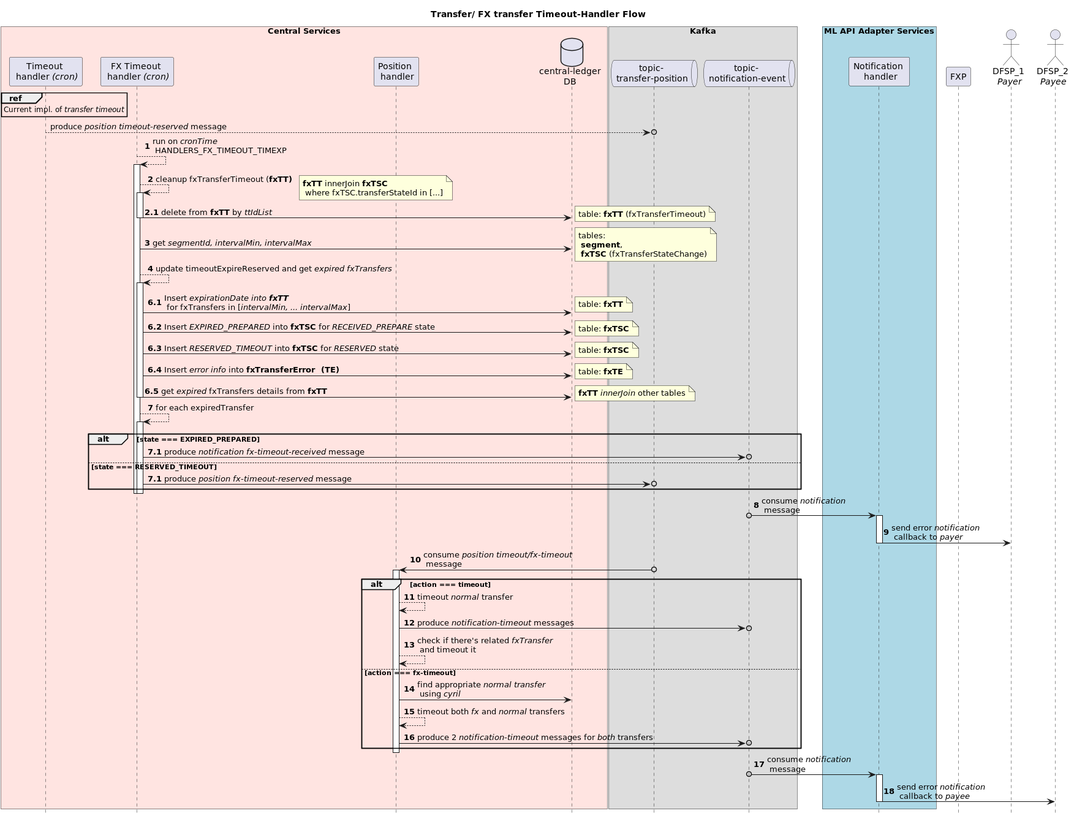
Earlier version of the PlantUML export documentation/sequence-diagrams/Handler - FX timeout.png (mojaloop/central-ledger).
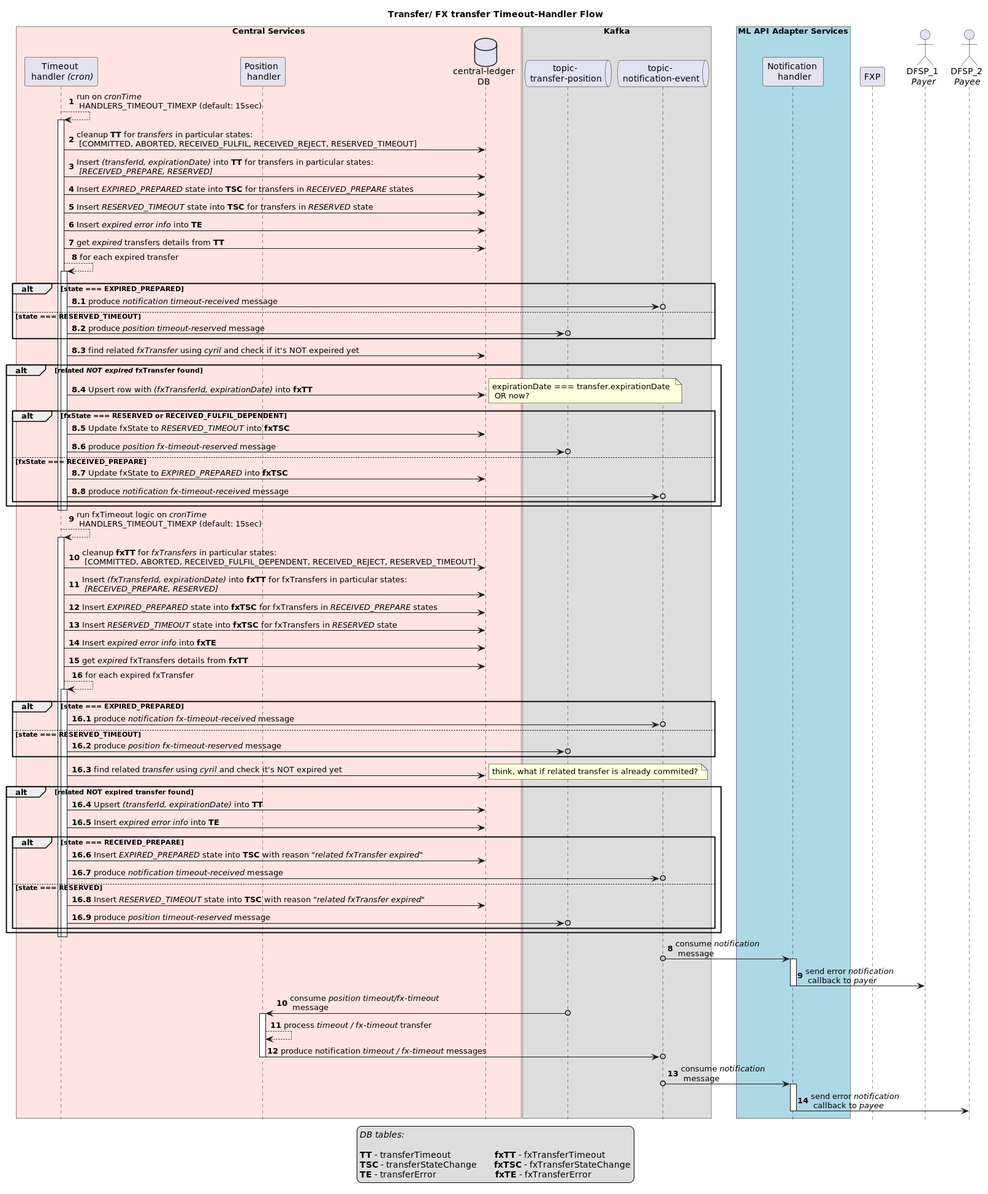
After the commit.

Commit message:
feat(mojaloop/#3818): finalize FX timeout diagrams

What changed in the source:
```diff
@@ -7,7 +7,6 @@
 
 box "Central Services" #MistyRose
 participant "Timeout \n handler <i>(cron)</i>"      as toh
-participant "FX Timeout \n handler <i>(cron)</i>"   as fxToh
 participant "Position \n handler"                   as ph
 database    "central-ledger\nDB"                    as clDb
 end box
@@ -22,52 +21,88 @@
 actor       "DFSP_1 \n<i>Payer</i>"                 as payer
 actor       "DFSP_2 \n<i>Payee</i>"                 as payee
 
-ref over toh : Current impl. of <i>transfer timeout</i>
-autonumber stop
-toh -->o topicTP : produce <i>position timeout-reserved</i> message
+legend
+<i>DB tables:</i>
+
+<b>TT</b> - transferTimeout                  <b>fxTT</b> - fxTransferTimeout
+<b>TSC</b> - transferStateChange       <b>fxTSC</b> - fxTransferStateChange
+<b>TE</b> - transferError                        <b>fxTE</b> - fxTransferError
+end legend
+
 
 autonumber 1
-fxToh --> fxToh : run on <i>cronTime</i>\n HANDLERS_FX_TIMEOUT_TIMEXP
-activate fxToh
-fxToh --> fxToh : cleanup fxTransferTimeout (<b>fxTT<b>)
-note right : <b>fxTT</b> innerJoin <b>fxTSC</b>\n where fxTSC.transferStateId in [...]
-activate fxToh
-autonumber 2.1
-fxToh -> clDb : delete from <b>fxTT</b> by <i>ttIdList</i>
-note right :  table: <b>fxTT</b> (fxTransferTimeout)
-deactivate fxToh
+toh --> toh : run on <i>cronTime</i>\n HANDLERS_TIMEOUT_TIMEXP (default: 15sec)
+activate toh
+toh -> clDb  : cleanup <b>TT</b> for <i>transfers</i> in particular states: \n [COMMITTED, ABORTED, RECEIVED_FULFIL, RECEIVED_REJECT, RESERVED_TIMEOUT]
 
-autonumber 3
-fxToh -> clDb : get <i>segmentId, intervalMin, intervalMax</i>
-note right : tables:\n <b>segment</b>,\n <b>fxTSC</b> (fxTransferStateChange)
+toh -> clDb : Insert <i>(transferId, expirationDate)</i> into <b>TT</b> for transfers in particular states:\n <i>[RECEIVED_PREPARE, RESERVED]</i>
+toh -> clDb : Insert <i>EXPIRED_PREPARED</i> state into <b>TSC</b> for transfers in <i>RECEIVED_PREPARE</i> states
+toh -> clDb : Insert <i>RESERVED_TIMEOUT</i> state into <b>TSC</b> for transfers in <i>RESERVED</i> state
+toh -> clDb : Insert <i>expired error info</i> into <b>TE</b>
 
-fxToh --> fxToh : update timeoutExpireReserved and get <i>expired fxTransfers</i>
-activate fxToh
-autonumber 6.1
-fxToh -> clDb : Insert <i>expirationDate<i> into <b>fxTT</b>\n for fxTransfers in [<i>intervalMin, ... intervalMax</i>]
-note right : table: <b>fxTT</b>
-fxToh -> clDb : Insert <i>EXPIRED_PREPARED</i> into <b>fxTSC</b> for <i>RECEIVED_PREPARE</i> state
-note right : table: <b>fxTSC</b>
-fxToh -> clDb : Insert <i>RESERVED_TIMEOUT</i> into <b>fxTSC</b> for <i>RESERVED</i> state
-note right : table: <b>fxTSC</b>
-fxToh -> clDb : Insert <i>error info</i> into <b>fxTransferError  (TE)</b>
-note right : table: <b>fxTE</b>
-fxToh -> clDb : get <i>expired</i> fxTransfers details from <b>fxTT</b>
-note right : <b>fxTT</b> <i>innerJoin</i> other tables
-deactivate fxToh
+toh -> clDb : get <i>expired</i> transfers details from <b>TT</b>
 
-autonumber 7
-fxToh --> fxToh : for each expiredTransfer
-activate fxToh
+toh --> toh : for each expired transfer
+activate toh
+autonumber 8.1
 alt state === EXPIRED_PREPARED
-autonumber 7.1
-fxToh ->o topicNE : produce <i>notification fx-timeout-received</i> message
+toh ->o topicNE : produce <i>notification timeout-received</i> message
 else state === RESERVED_TIMEOUT
-autonumber 7.1
-fxToh ->o topicTP : produce <i>position fx-timeout-reserved</i> message
+toh ->o topicTP : produce <i>position timeout-reserved</i> message
 end
-deactivate fxToh
-deactivate fxToh
+toh -> clDb : find related <i>fxTransfer</i> using <i>cyril</i> and check if it's NOT expeired yet
+alt related <i>NOT expired</i> fxTransfer found
+toh -> clDb : Upsert row with <i>(fxTransferId, expirationDate)</i> into <b>fxTT</b>
+note right: expirationDate === transfer.expirationDate \n OR now?
+alt fxState === RESERVED or RECEIVED_FULFIL_DEPENDENT
+toh -> clDb : Update fxState to <i>RESERVED_TIMEOUT</i> into <b>fxTSC</b>
+toh ->o topicTP : produce <i>position fx-timeout-reserved</i> message
+else fxState === RECEIVED_PREPARE
+toh -> clDb : Update fxState to <i>EXPIRED_PREPARED</i> into <b>fxTSC</b>
+toh ->o topicNE : produce <i>notification fx-timeout-received</i> message
+end
+end
+deactivate toh
+deactivate toh
+
+autonumber 9
+toh --> toh : run fxTimeout logic on <i>cronTime</i>\n HANDLERS_TIMEOUT_TIMEXP (default: 15sec)
+activate toh
+toh -> clDb  : cleanup <b>fxTT</b> for <i>fxTransfers</i> in particular states: \n [COMMITTED, ABORTED, RECEIVED_FULFIL_DEPENDENT, RECEIVED_REJECT, RESERVED_TIMEOUT]
+
+toh -> clDb : Insert <i>(fxTransferId, expirationDate)</i> into <b>fxTT</b> for fxTransfers in particular states:\n <i>[RECEIVED_PREPARE, RESERVED]</i>
+toh -> clDb : Insert <i>EXPIRED_PREPARED</i> state into <b>fxTSC</b> for fxTransfers in <i>RECEIVED_PREPARE</i> states
+toh -> clDb : Insert <i>RESERVED_TIMEOUT</i> state into <b>fxTSC</b> for fxTransfers in <i>RESERVED</i> state
+toh -> clDb : Insert <i>expired error info</i> into <b>fxTE</b>
+
+toh -> clDb : get <i>expired</i> fxTransfers details from <b>fxTT</b>
+
+toh --> toh : for each expired fxTransfer
+activate toh
+autonumber 16.1
+alt state === EXPIRED_PREPARED
+toh ->o topicNE : produce <i>notification fx-timeout-received</i> message
+else state === RESERVED_TIMEOUT
+toh ->o topicTP : produce <i>position fx-timeout-reserved</i> message
+end
+toh -> clDb : find related <i>transfer</i> using <i>cyril</i> and check it's NOT expired yet
+note right: think, what if related transfer is already commited?
+alt related NOT expired transfer found
+toh -> clDb : Upsert <i>(transferId, expirationDate)</i> into <b>TT</b>
+toh -> clDb : Insert <i>expired error info</i> into <b>TE</b>
+alt state === RECEIVED_PREPARE
+toh -> clDb : Insert <i>EXPIRED_PREPARED</i> state into <b>TSC</b> with reason <i>"related fxTransfer expired"</i>
+toh ->o topicNE : produce <i>notification timeout-received</i> message
+else state === RESERVED
+toh -> clDb : Insert <i>RESERVED_TIMEOUT</i> state into <b>TSC</b> with reason <i>"related fxTransfer expired"</i>
+toh ->o topicTP : produce <i>position timeout-reserved</i> message
+end
+end
+
+deactivate toh
+deactivate toh
+
+
 
 autonumber 8
 topicNE o-> nh : consume <i>notification</i>\n message
@@ -77,15 +112,9 @@
 
 topicTP o-> ph : consume <i>position timeout/fx-timeout</i>\n message
 activate ph
-alt action === timeout
-ph --> ph : timeout <i>normal</i> transfer
-ph ->o topicNE : produce <i>notification-timeout</i> messages
-ph --> ph : check if there's related <i>fxTransfer</i> \n and timeout it
-else action === fx-timeout
-ph -> clDb : find appropriate <i>normal transfer</i> \n using <i>cyril</i>
-ph --> ph: timeout both <i>fx</i> and <i>normal</i> transfers
-ph ->o topicNE : produce 2 <i>notification-timeout</i> messages for <i>both</i> transfers
-end
+ph --> ph : process <i>timeout / fx-timeout</i> transfer
+ph ->o topicNE : produce notification <i>timeout / fx-timeout</i> messages
+
 deactivate ph
 
 topicNE o-> nh : consume <i>notification</i>\n message
```
